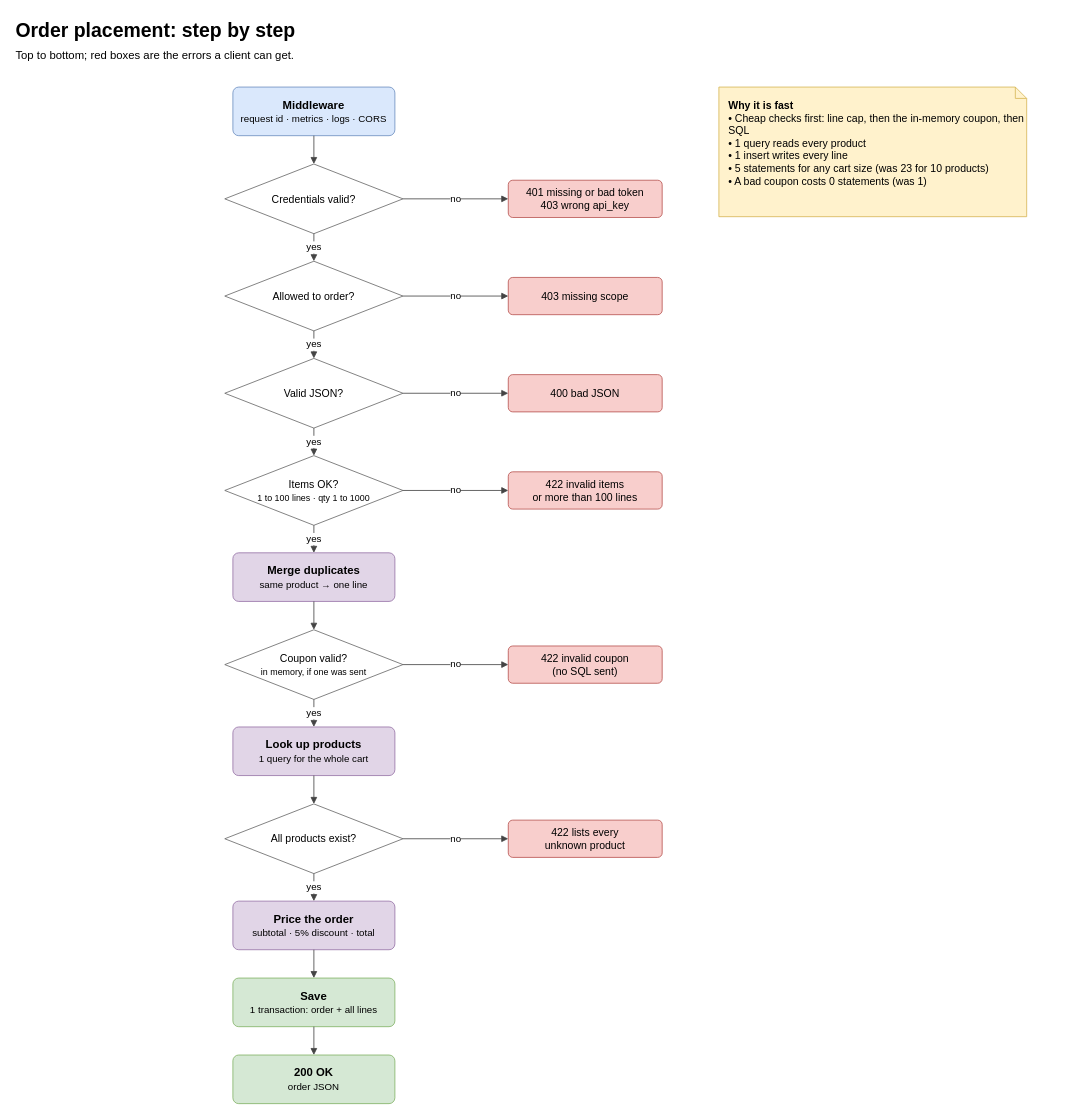
Earlier version of the draw.io diagram page "LLD - Order placement flow" (2 of 3) of docs/diagrams/order.drawio (Vasanth-Korada/oolio-kart-challenge). Source tidied: cells renumbered, new cells numbered last; positions are measured from the earlier drawing's top-left corner, leaving out a move shared by most shapes. Both pictures are drawn from the tidied source at 81%, with x=0, y=0 at pixel (14, 14).
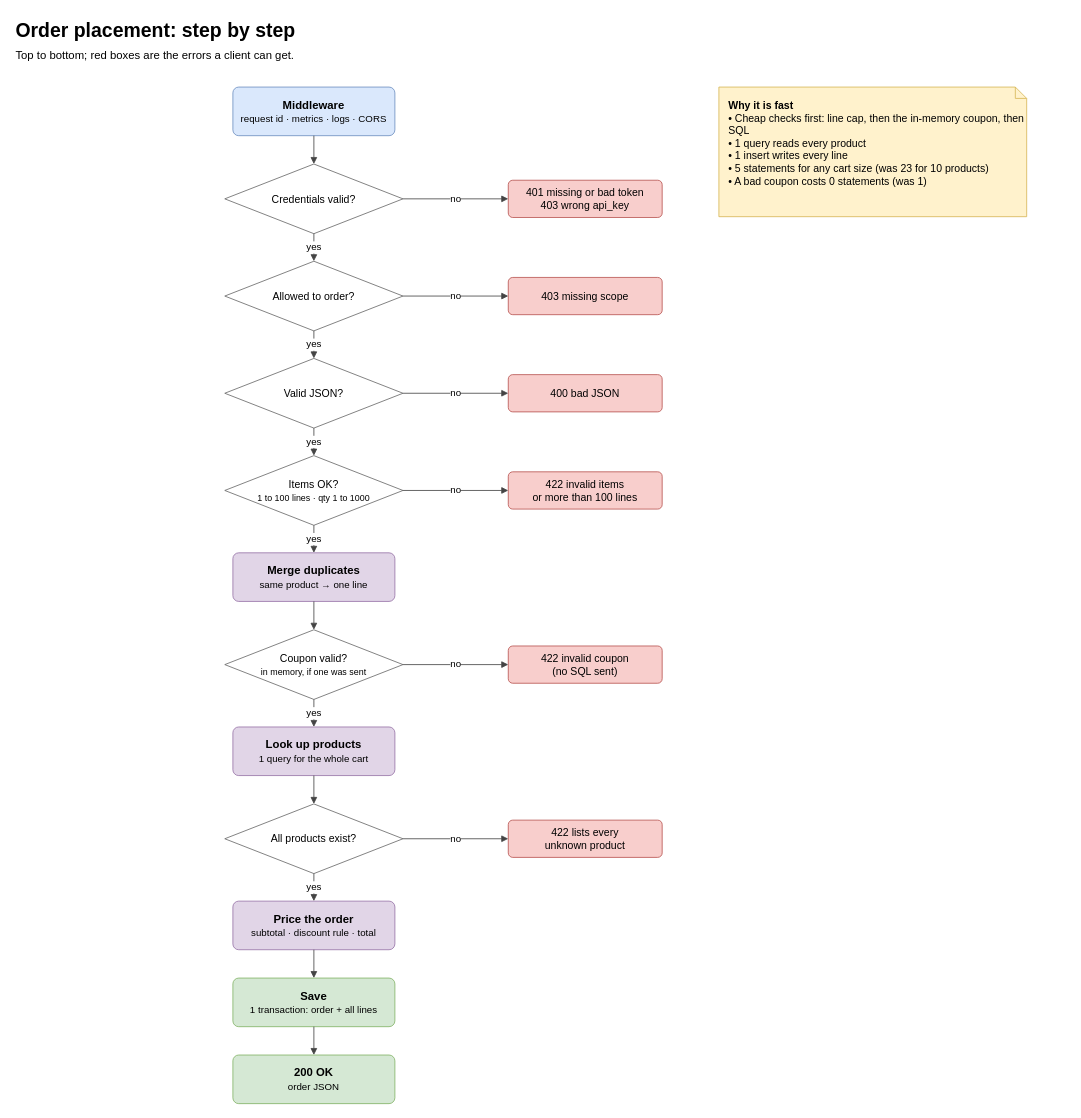
After the change.

What changed in the source:
```diff
@@
-    <mxCell id="33" value="&lt;b&gt;Price the order&lt;/b&gt;&lt;br&gt;&lt;span style='font-size:12px'&gt;subtotal · 5% discount · total&lt;/span&gt;" style="rounded=1;arcSize=12;whiteSpace=wrap;html=1;fillColor=#e1d5e7;strokeColor=#9673a6;fontSize=12;fontSize=14;" parent="1" vertex="1">
+    <mxCell id="33" value="&lt;b&gt;Price the order&lt;/b&gt;&lt;br&gt;&lt;span style='font-size:12px'&gt;subtotal · discount rule · total&lt;/span&gt;" style="rounded=1;arcSize=12;whiteSpace=wrap;html=1;fillColor=#e1d5e7;strokeColor=#9673a6;fontSize=12;fontSize=14;" parent="1" vertex="1">
       <mxGeometry x="270" y="1095" width="200" height="60" as="geometry" />
     </mxCell>
```
